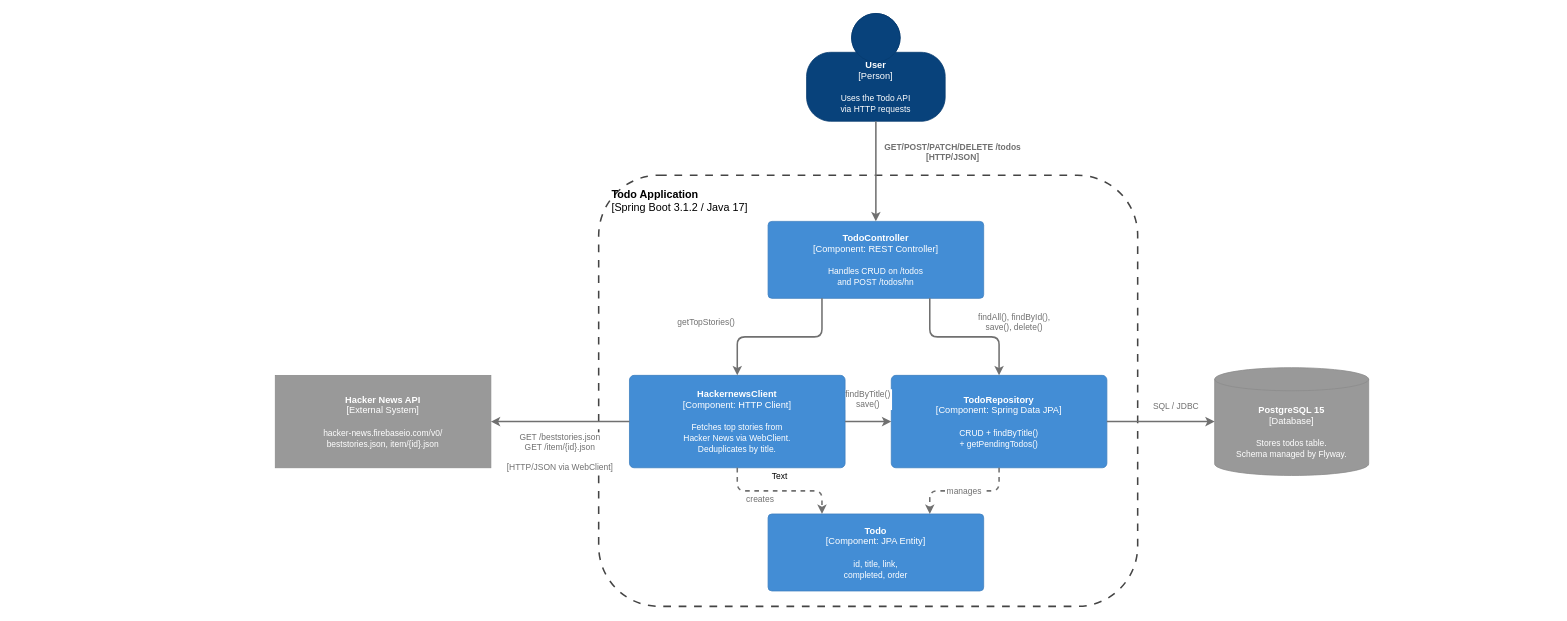
The draw.io diagram c4-component-diagram.drawio in eparlato/testcontainers-wiremock-demo, before the edit. Source tidied: cells renumbered, new cells numbered last; positions are measured from the earlier drawing's top-left corner, leaving out a move shared by most shapes. Both pictures are drawn from the tidied source at 77%, with x=0, y=0 at pixel (275, 13).
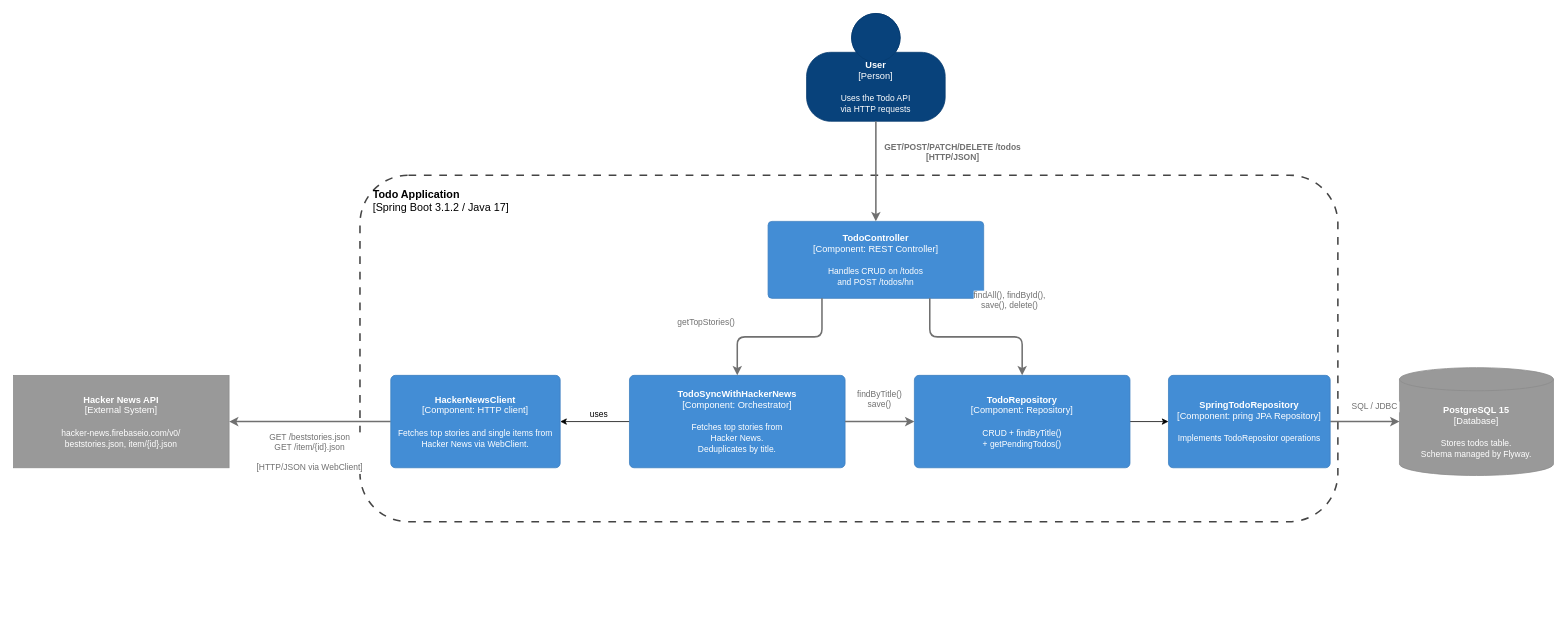
After the change.

Change to the diagram source:
```diff
@@
     <mxCell id="2" value="&lt;b&gt;Todo Application&lt;/b&gt;&lt;br&gt;[Spring Boot 3.1.2 / Java 17]" style="rounded=1;whiteSpace=wrap;html=1;dashed=1;dashPattern=5 5;fillColor=none;strokeColor=#444444;strokeWidth=2;verticalAlign=top;align=left;spacingTop=10;spacingLeft=15;fontSize=14;arcSize=14;" parent="1" vertex="1">
-      <mxGeometry x="420" y="210" width="700" height="560" as="geometry" />
+      <mxGeometry x="110" y="210" width="1270" height="450" as="geometry" />
     </mxCell>
@@
+    <mxCell id="19" value="uses" style="edgeStyle=orthogonalEdgeStyle;rounded=0;jettySize=auto;html=1;" parent="1" edge="1" source="5" target="23">
+      <mxGeometry x="-0.11" y="-10" relative="1" as="geometry" />
+    </mxCell>
-    <mxCell id="5" value="&lt;b&gt;HackernewsClient&lt;/b&gt;&lt;br&gt;[Component: HTTP Client]&lt;br&gt;&lt;br&gt;&lt;font style=&quot;font-size:11px&quot;&gt;Fetches top stories from&lt;br&gt;Hacker News via WebClient.&lt;br&gt;Deduplicates by title.&lt;/font&gt;" style="rounded=1;whiteSpace=wrap;html=1;fillColor=#438DD5;fontColor=#ffffff;strokeColor=#3C7FC0;fontSize=12;arcSize=5;" parent="1" vertex="1">
+    <mxCell id="5" value="&lt;b&gt;TodoSyncWithHackerNews&lt;/b&gt;&lt;br&gt;[Component: Orchestrator]&lt;br&gt;&lt;br&gt;&lt;font style=&quot;font-size:11px&quot;&gt;Fetches top stories from&lt;br&gt;Hacker News.&lt;br&gt;Deduplicates by title.&lt;/font&gt;" style="rounded=1;whiteSpace=wrap;html=1;fillColor=#438DD5;fontColor=#ffffff;strokeColor=#3C7FC0;fontSize=12;arcSize=5;" parent="1" vertex="1">
       <mxGeometry x="460" y="470" width="280" height="120" as="geometry" />
     </mxCell>
+    <mxCell id="20" style="edgeStyle=orthogonalEdgeStyle;rounded=0;jettySize=auto;html=1;" parent="1" edge="1" source="6" target="22">
+      <mxGeometry relative="1" as="geometry" />
+    </mxCell>
-    <mxCell id="6" value="&lt;b&gt;TodoRepository&lt;/b&gt;&lt;br&gt;[Component: Spring Data JPA]&lt;br&gt;&lt;br&gt;&lt;font style=&quot;font-size:11px&quot;&gt;CRUD + findByTitle()&lt;br&gt;+ getPendingTodos()&lt;/font&gt;" style="rounded=1;whiteSpace=wrap;html=1;fillColor=#438DD5;fontColor=#ffffff;strokeColor=#3C7FC0;fontSize=12;arcSize=5;" parent="1" vertex="1">
-      <mxGeometry x="800" y="470" width="280" height="120" as="geometry" />
+    <mxCell id="6" value="&lt;b&gt;TodoRepository&lt;/b&gt;&lt;br&gt;[Component: Repository]&lt;br&gt;&lt;br&gt;&lt;font style=&quot;font-size:11px&quot;&gt;CRUD + findByTitle()&lt;br&gt;+ getPendingTodos()&lt;/font&gt;" style="rounded=1;whiteSpace=wrap;html=1;fillColor=#438DD5;fontColor=#ffffff;strokeColor=#3C7FC0;fontSize=12;arcSize=5;" parent="1" vertex="1">
+      <mxGeometry x="830" y="470" width="280" height="120" as="geometry" />
     </mxCell>
-    <mxCell id="7" value="&lt;b&gt;Todo&lt;/b&gt;&lt;br&gt;[Component: JPA Entity]&lt;br&gt;&lt;br&gt;&lt;font style=&quot;font-size:11px&quot;&gt;id, title, link,&lt;br&gt;completed, order&lt;/font&gt;" style="rounded=1;whiteSpace=wrap;html=1;fillColor=#438DD5;fontColor=#ffffff;strokeColor=#3C7FC0;fontSize=12;arcSize=5;" parent="1" vertex="1">
-      <mxGeometry x="640" y="650" width="280" height="100" as="geometry" />
-    </mxCell>
     <mxCell id="8" value="&lt;b&gt;Hacker News API&lt;/b&gt;&lt;br&gt;[External System]&lt;br&gt;&lt;br&gt;&lt;font style=&quot;font-size:11px&quot;&gt;hacker-news.firebaseio.com/v0/&lt;br&gt;beststories.json, item/{id}.json&lt;/font&gt;" style="rounded=1;whiteSpace=wrap;html=1;fillColor=#999999;fontColor=#ffffff;strokeColor=#8C8C8C;fontSize=12;arcSize=0;" parent="1" vertex="1">
-      <mxGeometry y="470" width="280" height="120" as="geometry" />
+      <mxGeometry x="-340" y="470" width="280" height="120" as="geometry" />
     </mxCell>
     <mxCell id="9" value="&lt;b&gt;PostgreSQL 15&lt;/b&gt;&lt;br&gt;[Database]&lt;br&gt;&lt;br&gt;&lt;font style=&quot;font-size:11px&quot;&gt;Stores todos table.&lt;br&gt;Schema managed by Flyway.&lt;/font&gt;" style="shape=cylinder3;whiteSpace=wrap;html=1;fillColor=#999999;fontColor=#ffffff;strokeColor=#8C8C8C;fontSize=12;size=15;boundedLbl=1;" parent="1" vertex="1">
-      <mxGeometry x="1220" y="460" width="200" height="140" as="geometry" />
+      <mxGeometry x="1460" y="460" width="200" height="140" as="geometry" />
     </mxCell>
@@
-    <mxCell id="13" value="GET /beststories.json&#10;GET /item/{id}.json&#10;&#10;[HTTP/JSON via WebClient]" style="edgeStyle=orthogonalEdgeStyle;rounded=1;jettySize=auto;exitX=0;exitY=0.5;exitDx=0;exitDy=0;entryX=1;entryY=0.5;entryDx=0;entryDy=0;strokeColor=#707070;strokeWidth=2;fontSize=11;fontColor=#707070;" parent="1" edge="1" source="5" target="8">
+    <mxCell id="13" value="GET /beststories.json&#10;GET /item/{id}.json&#10;&#10;[HTTP/JSON via WebClient]" style="edgeStyle=orthogonalEdgeStyle;rounded=1;jettySize=auto;entryX=1;entryY=0.5;entryDx=0;entryDy=0;strokeColor=#707070;strokeWidth=2;fontSize=11;fontColor=#707070;" parent="1" edge="1" source="23" target="8">
       <mxGeometry y="40" relative="1" as="geometry" />
     </mxCell>
@@
-    <mxCell id="15" value="SQL / JDBC" style="edgeStyle=orthogonalEdgeStyle;rounded=1;jettySize=auto;exitX=1;exitY=0.5;exitDx=0;exitDy=0;entryX=0;entryY=0.5;entryDx=0;entryDy=0;strokeColor=#707070;strokeWidth=2;fontSize=11;fontColor=#707070;" parent="1" edge="1" source="6" target="9">
+    <mxCell id="15" value="SQL / JDBC" style="edgeStyle=orthogonalEdgeStyle;rounded=1;jettySize=auto;exitX=1;exitY=0.5;exitDx=0;exitDy=0;entryX=0;entryY=0.5;entryDx=0;entryDy=0;strokeColor=#707070;strokeWidth=2;fontSize=11;fontColor=#707070;exitPerimeter=0;" parent="1" edge="1" source="22" target="9">
       <mxGeometry x="0.29" y="20" relative="1" as="geometry" />
     </mxCell>
-    <mxCell id="16" value="manages" style="edgeStyle=orthogonalEdgeStyle;rounded=1;jettySize=auto;exitX=0.5;exitY=1;exitDx=0;exitDy=0;entryX=0.75;entryY=0;entryDx=0;entryDy=0;strokeColor=#707070;strokeWidth=2;dashed=1;fontSize=11;fontColor=#707070;" parent="1" edge="1" source="6" target="7">
-      <mxGeometry relative="1" as="geometry" />
-    </mxCell>
-    <mxCell id="17" value="creates" style="edgeStyle=orthogonalEdgeStyle;rounded=1;jettySize=auto;exitX=0.5;exitY=1;exitDx=0;exitDy=0;entryX=0.25;entryY=0;entryDx=0;entryDy=0;strokeColor=#707070;strokeWidth=2;dashed=1;fontSize=11;fontColor=#707070;" parent="1" edge="1" source="5" target="7">
-      <mxGeometry x="-0.29" y="-10" relative="1" as="geometry" />
-    </mxCell>
-    <mxCell id="18" value="Text" style="edgeLabel;html=1;align=center;verticalAlign=middle;" parent="17" vertex="1">
-      <mxGeometry x="-0.01" y="20" relative="1" as="geometry" />
-    </mxCell>
+    <mxCell id="21" style="edgeStyle=orthogonalEdgeStyle;rounded=0;orthogonalLoop=1;jettySize=auto;html=1;exitX=0.5;exitY=1;exitDx=0;exitDy=0;" parent="1" edge="1" source="2" target="2">
+      <mxGeometry relative="1" as="geometry" />
+    </mxCell>
+    <mxCell id="22" value="&lt;b&gt;SpringTodoRepository&lt;/b&gt;&lt;br&gt;[Component: pring JPA Repository]&lt;br&gt;&lt;br&gt;&lt;span style=&quot;font-size: 11px;&quot;&gt;Implements TodoRepositor operations&lt;/span&gt;" style="rounded=1;whiteSpace=wrap;html=1;fillColor=#438DD5;fontColor=#ffffff;strokeColor=#3C7FC0;fontSize=12;arcSize=5;" parent="1" vertex="1">
+      <mxGeometry x="1160" y="470" width="210" height="120" as="geometry" />
+    </mxCell>
+    <mxCell id="23" value="&lt;b&gt;HackerNewsClient&lt;/b&gt;&lt;br&gt;[Component: HTTP client]&lt;br&gt;&lt;br&gt;&lt;font style=&quot;font-size:11px&quot;&gt;Fetches top stories and single items from&lt;br&gt;Hacker News via WebClient.&lt;br&gt;&lt;/font&gt;" style="rounded=1;whiteSpace=wrap;html=1;fillColor=#438DD5;fontColor=#ffffff;strokeColor=#3C7FC0;fontSize=12;arcSize=5;" parent="1" vertex="1">
+      <mxGeometry x="150" y="470" width="220" height="120" as="geometry" />
+    </mxCell>
```
